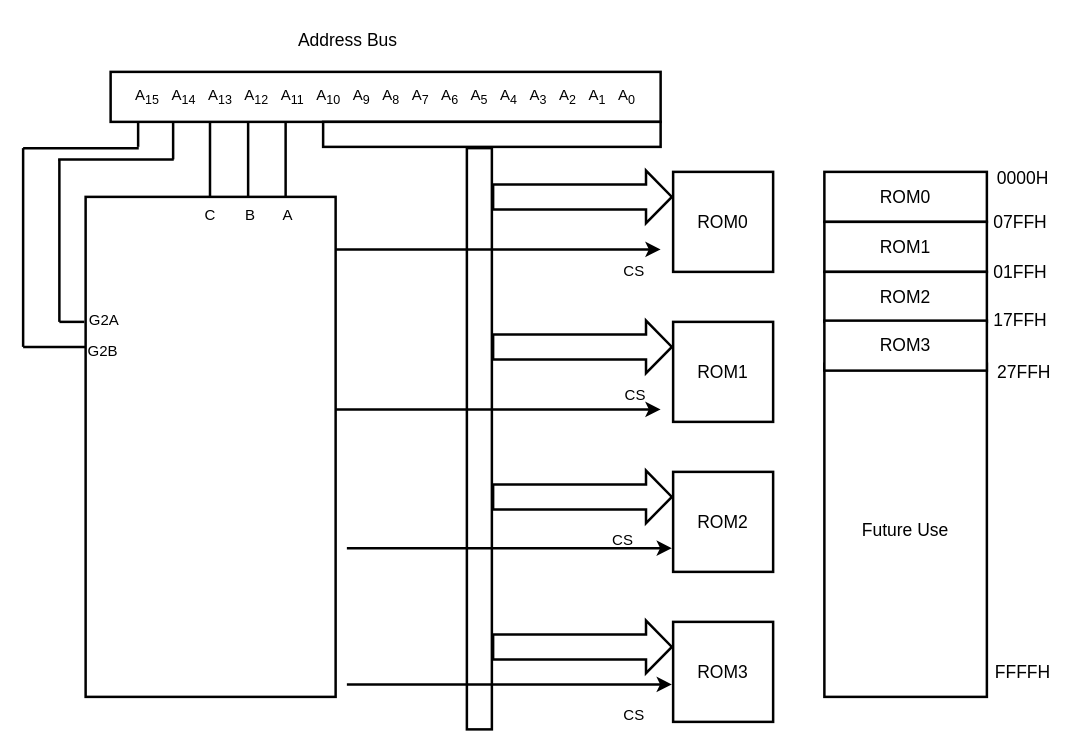
The draw.io diagram fully decoded.drawio in mzndnes/resume, before the edit. Source tidied: cells renumbered, new cells numbered last; positions are measured from the earlier drawing's top-left corner, leaving out a move shared by most shapes. Both pictures are drawn from the tidied source at 125%, with x=0, y=0 at pixel (22, 21).
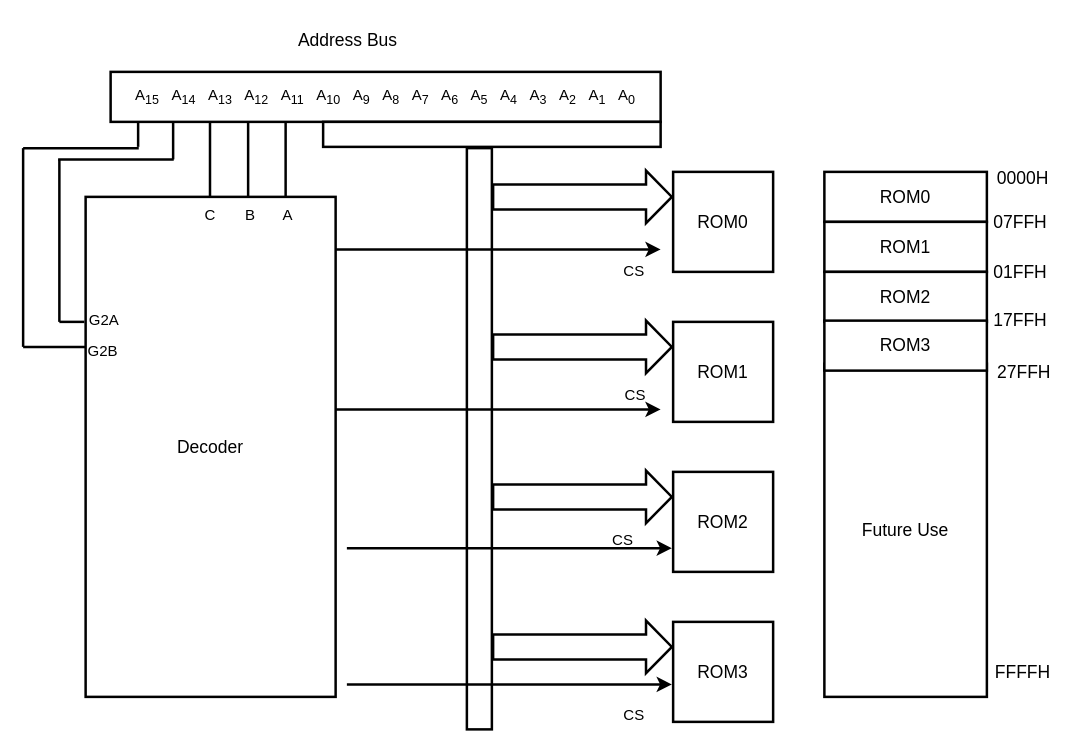
The same page after the edit.

Change to the diagram source:
```diff
@@
-    <mxCell id="28" style="rounded=0;whiteSpace=wrap;html=1;strokeWidth=2;" parent="1" vertex="1">
+    <mxCell id="28" value="Decoder" style="rounded=0;whiteSpace=wrap;html=1;strokeWidth=2;fontSize=14;" parent="1" vertex="1">
       <mxGeometry x="50" y="140" width="200" height="400" as="geometry" />
     </mxCell>
```
